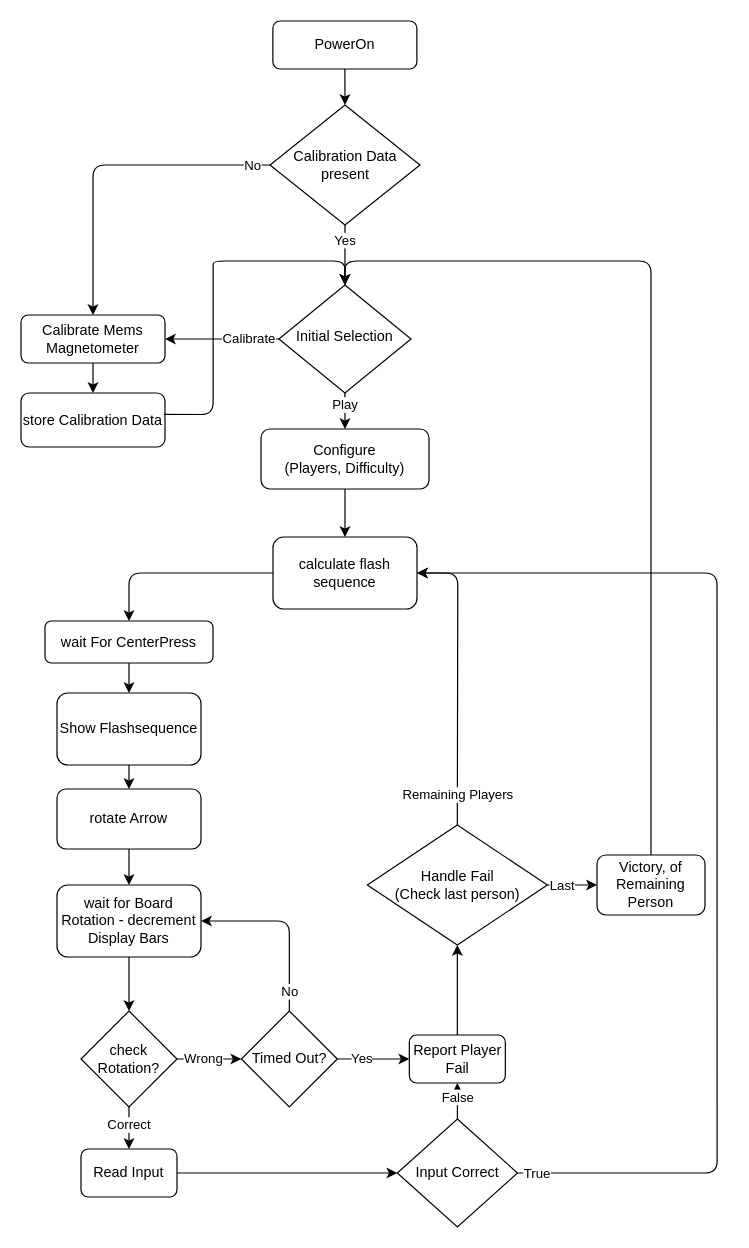
The draw.io diagram doc/MiniGame.drawio in Kraego/STM32-Minigame, before the edit. Source tidied: cells renumbered, new cells numbered last; positions are measured from the earlier drawing's top-left corner, leaving out a move shared by most shapes. Both pictures are drawn from the tidied source at 120%, with x=0, y=0 at pixel (20, 20).
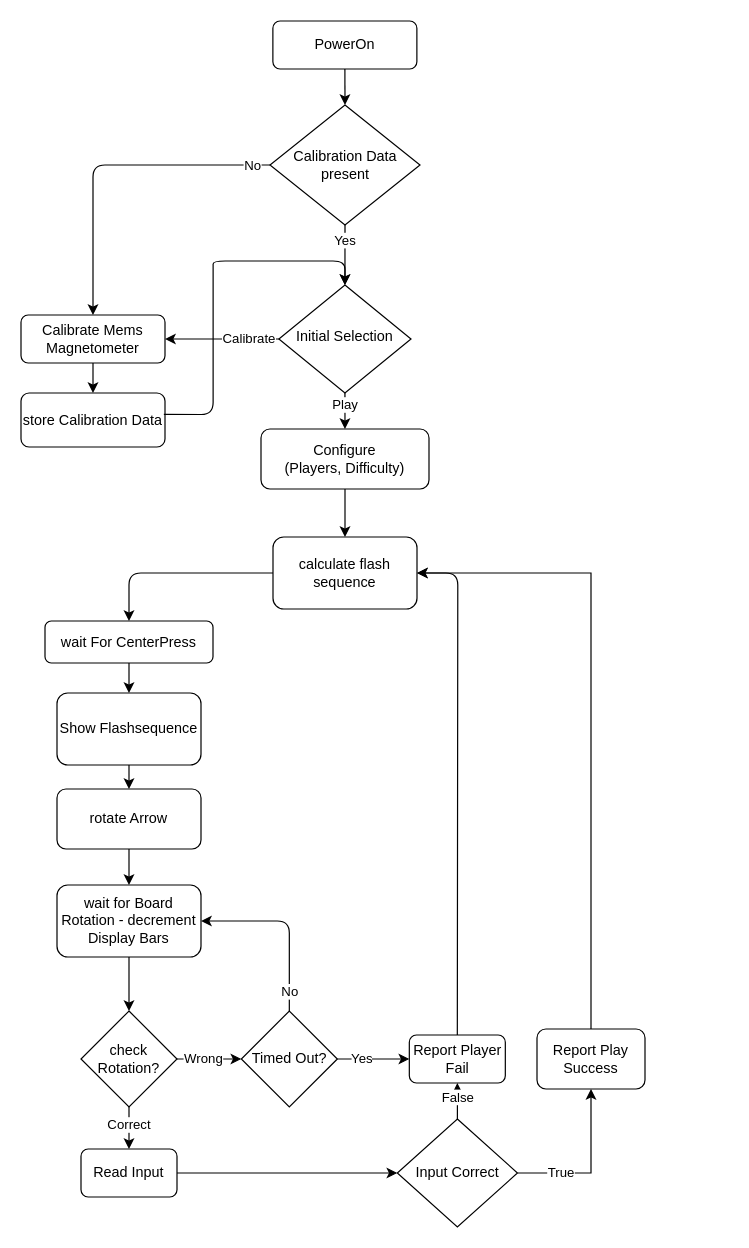
The same diagram, later.

Unchanged cells that the change refers to:
```xml
<mxCell id="4" value="&lt;div&gt;Initial Selection&lt;/div&gt;" style="rhombus;whiteSpace=wrap;html=1;shadow=0;fontFamily=Helvetica;fontSize=12;align=center;strokeWidth=1;spacing=6;spacingTop=-4;" parent="1" vertex="1">
  <mxGeometry x="214.9" y="220" width="110.1" height="90" as="geometry" />
</mxCell>
<mxCell id="22" value="Report Player Fail" style="rounded=1;whiteSpace=wrap;html=1;" parent="1" vertex="1">
  <mxGeometry x="323.6" y="845" width="80" height="40" as="geometry" />
</mxCell>
<mxCell id="30" value="calculate flash sequence" style="rounded=1;whiteSpace=wrap;html=1;" parent="1" vertex="1">
  <mxGeometry x="210" y="430" width="120" height="60" as="geometry" />
</mxCell>
<mxCell id="40" value="Input Correct" style="rhombus;whiteSpace=wrap;html=1;" parent="1" vertex="1">
  <mxGeometry x="313.6" y="915" width="100.1" height="90" as="geometry" />
</mxCell>
```

What changed in the source:
```diff
@@
-    <mxCell id="19" value="&lt;div&gt;Handle Fail &lt;br&gt;&lt;/div&gt;&lt;div&gt;(Check last person)&lt;/div&gt;" style="rhombus;whiteSpace=wrap;html=1;" parent="1" vertex="1">
-      <mxGeometry x="288.6" y="670" width="150" height="100" as="geometry" />
-    </mxCell>
+    <mxCell id="48" style="edgeStyle=orthogonalEdgeStyle;rounded=0;jettySize=auto;html=1;exitX=0.5;exitY=0;exitDx=0;exitDy=0;entryX=1;entryY=0.5;entryDx=0;entryDy=0;" parent="1" edge="1" source="20" target="30">
+      <mxGeometry relative="1" as="geometry" />
+    </mxCell>
-    <mxCell id="20" value="Victory, of Remaining Person" style="rounded=1;whiteSpace=wrap;html=1;" parent="1" vertex="1">
-      <mxGeometry x="480" y="695" width="90" height="50" as="geometry" />
+    <mxCell id="20" value="&lt;div&gt;Report Play&lt;/div&gt;&lt;div&gt;Success&lt;br&gt;&lt;/div&gt;" style="rounded=1;whiteSpace=wrap;html=1;" parent="1" vertex="1">
+      <mxGeometry x="430" y="840" width="90" height="50" as="geometry" />
     </mxCell>
-    <mxCell id="21" style="edgeStyle=orthogonalEdgeStyle;rounded=0;jettySize=auto;html=1;exitX=0.5;exitY=0;exitDx=0;exitDy=0;entryX=0.5;entryY=1;entryDx=0;entryDy=0;" parent="1" edge="1" source="22" target="19">
-      <mxGeometry relative="1" as="geometry" />
-    </mxCell>
@@
-    <mxCell id="23" style="endArrow=classic;html=1;entryX=0;entryY=0.5;entryDx=0;entryDy=0;exitX=1;exitY=0.5;exitDx=0;exitDy=0;" parent="1" edge="1" source="19" target="20">
-      <mxGeometry relative="1" as="geometry" />
-    </mxCell>
-    <mxCell id="24" value="Last" style="edgeLabel;html=1;align=center;verticalAlign=middle;" parent="23" vertex="1">
-      <mxGeometry x="-0.43" y="-1" relative="1" as="geometry">
-        <mxPoint y="-1" as="offset" />
-      </mxGeometry>
-    </mxCell>
@@
-    <mxCell id="28" style="endArrow=classic;html=1;entryX=0.5;entryY=0;entryDx=0;entryDy=0;exitX=0.5;exitY=0;exitDx=0;exitDy=0;" parent="1" edge="1" source="20" target="4">
-      <mxGeometry relative="1" as="geometry">
-        <Array as="points">
-          <mxPoint x="525" y="200" />
-          <mxPoint x="270" y="200" />
-        </Array>
-      </mxGeometry>
-    </mxCell>
@@
+    <mxCell id="43" value="True" style="edgeStyle=orthogonalEdgeStyle;rounded=0;jettySize=auto;html=1;exitX=1;exitY=0.5;exitDx=0;exitDy=0;entryX=0.5;entryY=1;entryDx=0;entryDy=0;" parent="1" edge="1" source="40" target="20">
+      <mxGeometry x="-0.45" relative="1" as="geometry" />
+    </mxCell>
@@
-    <mxCell id="42" style="endArrow=classic;html=1;exitX=1;exitY=0.5;exitDx=0;exitDy=0;entryX=1;entryY=0.5;entryDx=0;entryDy=0;" parent="1" edge="1" source="40" target="30">
-      <mxGeometry relative="1" as="geometry">
-        <Array as="points">
-          <mxPoint x="580.1" y="960" />
-          <mxPoint x="580" y="460" />
-        </Array>
-      </mxGeometry>
-    </mxCell>
-    <mxCell id="43" value="True" style="edgeLabel;html=1;align=center;verticalAlign=middle;" parent="42" vertex="1">
-      <mxGeometry x="-0.95" y="-1" relative="1" as="geometry">
-        <mxPoint x="-7" y="-1" as="offset" />
-      </mxGeometry>
-    </mxCell>
-    <mxCell id="44" style="endArrow=classic;html=1;exitX=0.5;exitY=0;exitDx=0;exitDy=0;entryX=1;entryY=0.5;entryDx=0;entryDy=0;" parent="1" edge="1" source="19" target="30">
+    <mxCell id="44" style="endArrow=classic;html=1;exitX=0.5;exitY=0;exitDx=0;exitDy=0;entryX=1;entryY=0.5;entryDx=0;entryDy=0;" parent="1" edge="1" source="22" target="30">
       <mxGeometry relative="1" as="geometry">
         <Array as="points">
           <mxPoint x="364" y="460" />
         </Array>
       </mxGeometry>
     </mxCell>
-    <mxCell id="45" value="Remaining Players" style="edgeLabel;html=1;align=center;verticalAlign=middle;" parent="44" vertex="1">
-      <mxGeometry x="-0.79" y="-2" relative="1" as="geometry">
-        <mxPoint x="-2" as="offset" />
-      </mxGeometry>
-    </mxCell>
```
